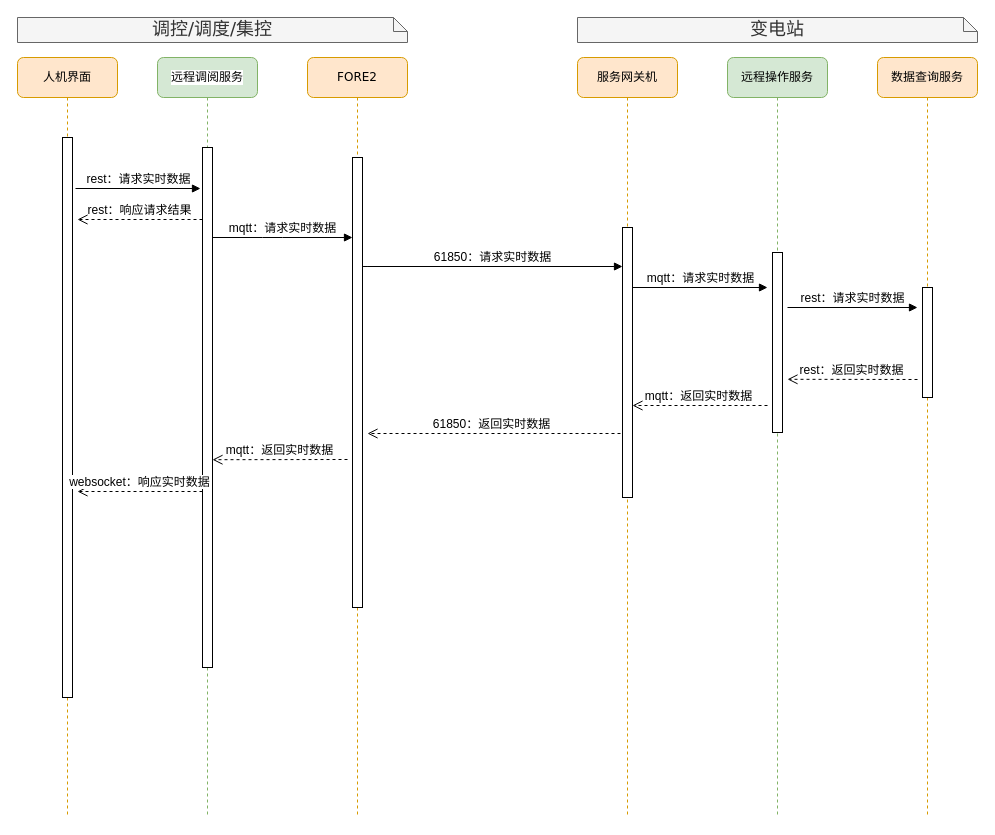
Earlier version of the draw.io diagram page "实时数据调阅" (2 of 4) of 远程服务.drawio (qwe995272801/taowenxiang). Source tidied: cells renumbered, new cells numbered last; positions are measured from the earlier drawing's top-left corner, leaving out a move shared by most shapes. Both pictures are drawn from the tidied source at 100%, with x=0, y=0 at pixel (17, 17).
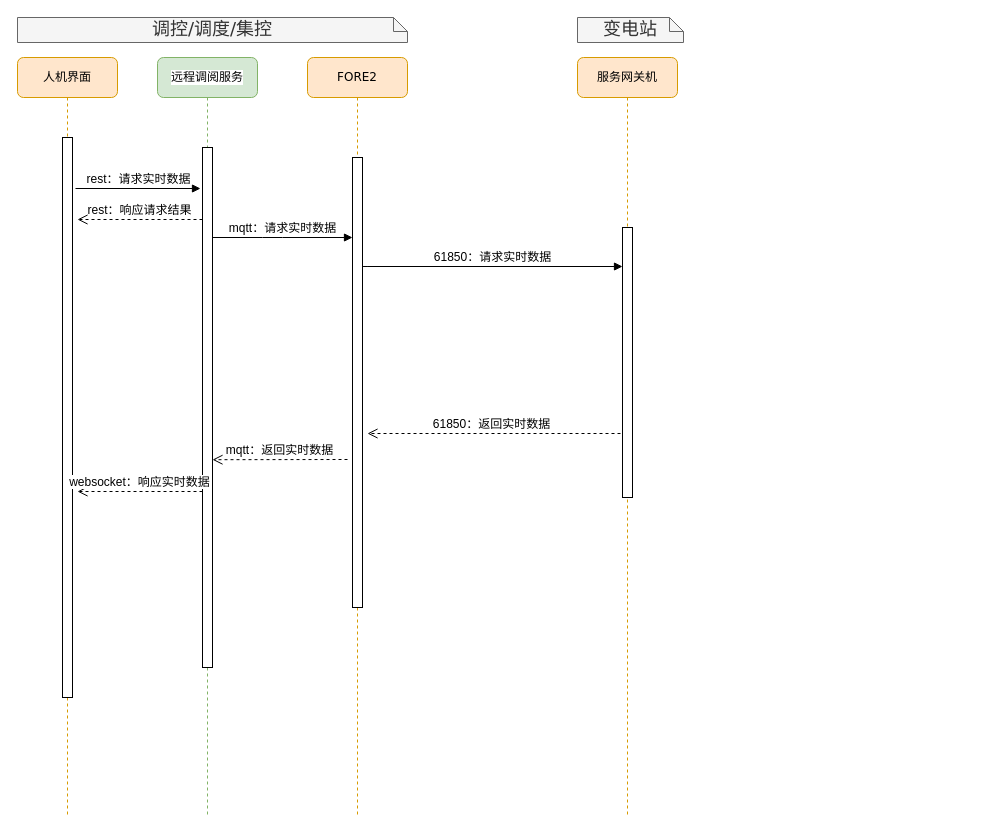
Above is the later version.

Change to the diagram source:
```diff
@@
-    <mxCell id="7" value="远程操作服务" style="shape=umlLifeline;perimeter=lifelinePerimeter;whiteSpace=wrap;html=1;rounded=1;shadow=0;comic=0;labelBackgroundColor=none;strokeWidth=1;fontFamily=Verdana;fontSize=12;align=center;fillColor=#d5e8d4;strokeColor=#82b366;" parent="1" vertex="1">
-      <mxGeometry x="710" y="40" width="100" height="760" as="geometry" />
-    </mxCell>
-    <mxCell id="8" style="html=1;perimeter=orthogonalPerimeter;rounded=0;shadow=0;comic=0;labelBackgroundColor=none;strokeWidth=1;fontFamily=Helvetica;fontSize=12;align=center;" parent="7" vertex="1">
-      <mxGeometry x="45" y="195" width="10" height="180" as="geometry" />
-    </mxCell>
@@
     <mxCell id="15" value="&lt;font style=&quot;font-size: 18px&quot;&gt;变电站&lt;/font&gt;" style="shape=note;whiteSpace=wrap;html=1;size=14;verticalAlign=top;align=center;spacingTop=-6;rounded=0;shadow=0;comic=0;labelBackgroundColor=none;strokeWidth=1;fontFamily=Verdana;fontSize=12;fillColor=#f5f5f5;strokeColor=#666666;fontColor=#333333;" parent="1" vertex="1">
-      <mxGeometry x="560" width="400" height="25" as="geometry" />
+      <mxGeometry x="560" width="106" height="25" as="geometry" />
     </mxCell>
-    <mxCell id="16" value="mqtt：请求实时数据" style="html=1;verticalAlign=bottom;endArrow=block;fontFamily=Helvetica;fontSize=12;" parent="1" edge="1">
-      <mxGeometry relative="1" as="geometry">
-        <mxPoint x="615" y="270" as="sourcePoint" />
-        <mxPoint x="750" y="270" as="targetPoint" />
-      </mxGeometry>
-    </mxCell>
@@
-    <mxCell id="19" value="数据查询服务" style="shape=umlLifeline;perimeter=lifelinePerimeter;whiteSpace=wrap;html=1;rounded=1;shadow=0;comic=0;labelBackgroundColor=none;strokeWidth=1;fontFamily=Verdana;fontSize=12;align=center;fillColor=#ffe6cc;strokeColor=#d79b00;" parent="1" vertex="1">
-      <mxGeometry x="860" y="40" width="100" height="760" as="geometry" />
-    </mxCell>
-    <mxCell id="20" style="html=1;perimeter=orthogonalPerimeter;rounded=0;shadow=0;comic=0;labelBackgroundColor=none;strokeWidth=1;fontFamily=Helvetica;fontSize=12;align=center;" parent="19" vertex="1">
-      <mxGeometry x="45" y="230" width="10" height="110" as="geometry" />
-    </mxCell>
-    <mxCell id="21" value="rest：请求实时数据" style="html=1;verticalAlign=bottom;endArrow=block;fontFamily=Helvetica;fontSize=12;" parent="1" edge="1">
-      <mxGeometry relative="1" as="geometry">
-        <mxPoint x="770" y="290" as="sourcePoint" />
-        <mxPoint x="900" y="290" as="targetPoint" />
-      </mxGeometry>
-    </mxCell>
-    <mxCell id="22" value="rest：返回实时数据" style="html=1;verticalAlign=bottom;endArrow=open;dashed=1;endSize=8;fontFamily=Helvetica;entryX=1;entryY=0.262;entryDx=0;entryDy=0;entryPerimeter=0;fontSize=12;" parent="1" edge="1">
-      <mxGeometry x="0.02" relative="1" as="geometry">
-        <mxPoint x="900" y="362" as="sourcePoint" />
-        <mxPoint x="770" y="361.8" as="targetPoint" />
-      </mxGeometry>
-    </mxCell>
@@
-    <mxCell id="24" value="mqtt：返回实时数据" style="html=1;verticalAlign=bottom;endArrow=open;dashed=1;endSize=8;fontFamily=Helvetica;entryX=1.2;entryY=0.9;entryDx=0;entryDy=0;entryPerimeter=0;fontSize=12;" parent="1" edge="1">
-      <mxGeometry x="0.02" relative="1" as="geometry">
-        <mxPoint x="750" y="388" as="sourcePoint" />
-        <mxPoint x="615" y="388" as="targetPoint" />
-      </mxGeometry>
-    </mxCell>
```
